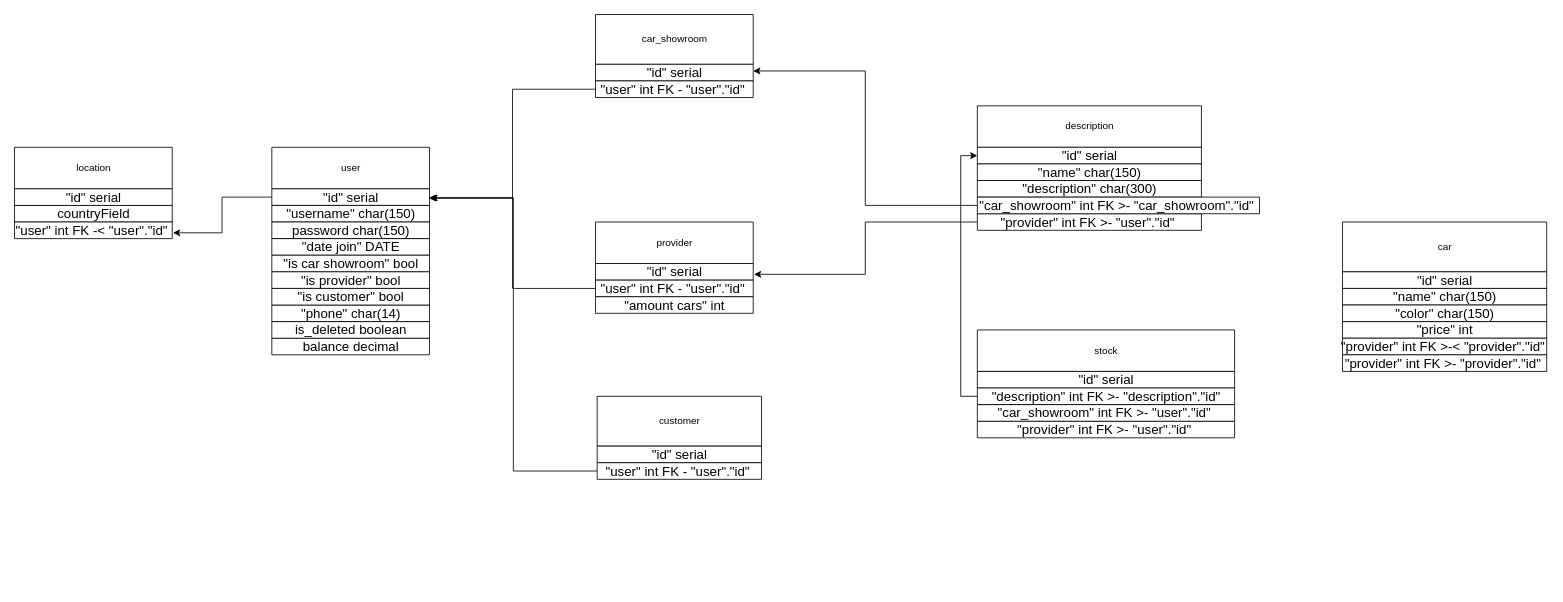
This is page "Page-1" (1 of 2) of Untitled Diagram.drawio from tenatarika/cars, a draw.io file, before an edit. Source tidied: cells renumbered, new cells numbered last; positions are measured from the earlier drawing's top-left corner, leaving out a move shared by most shapes. Both pictures are drawn from the tidied source at 83%, with x=0, y=0 at pixel (14, 14).
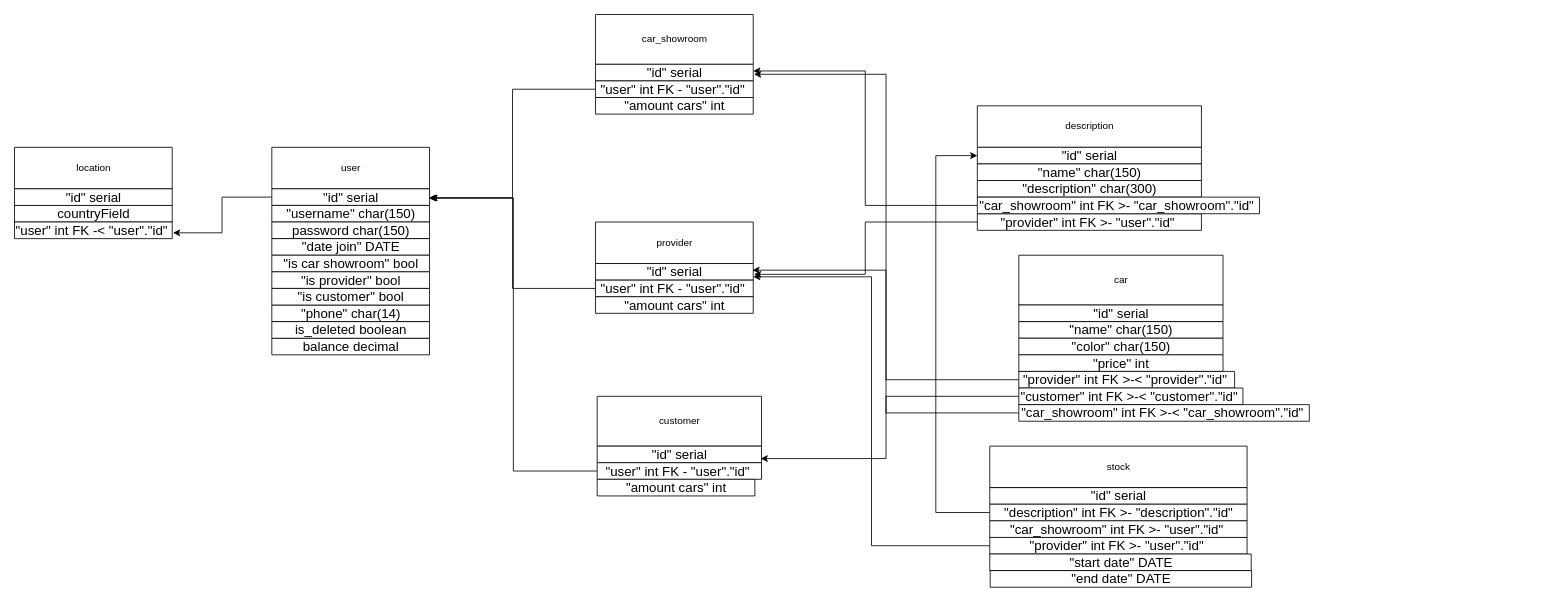
After the change.

Unchanged cells that the change refers to:
```xml
<mxCell id="3" value="&lt;span style=&quot;font-size: medium&quot;&gt;&quot;id&quot; serial&lt;/span&gt;" style="verticalLabelPosition=middle;verticalAlign=middle;html=1;shape=mxgraph.basic.rect;fillColor2=none;strokeWidth=1;size=20;indent=5;labelPosition=center;align=center;" parent="1" vertex="1">
  <mxGeometry x="700" y="60" width="190" height="20" as="geometry" />
</mxCell>
<mxCell id="19" value="&lt;span style=&quot;font-size: medium&quot;&gt;&quot;id&quot; serial&lt;/span&gt;" style="verticalLabelPosition=middle;verticalAlign=middle;html=1;shape=mxgraph.basic.rect;fillColor2=none;strokeWidth=1;size=20;indent=5;labelPosition=center;align=center;" parent="1" vertex="1">
  <mxGeometry x="700" y="300" width="190" height="20" as="geometry" />
</mxCell>
<mxCell id="29" value="&lt;span style=&quot;font-size: medium&quot;&gt;&quot;id&quot; serial&lt;/span&gt;" style="verticalLabelPosition=middle;verticalAlign=middle;html=1;shape=mxgraph.basic.rect;fillColor2=none;strokeWidth=1;size=20;indent=5;labelPosition=center;align=center;" parent="1" vertex="1">
  <mxGeometry x="702" y="520" width="198" height="20" as="geometry" />
</mxCell>
<mxCell id="39" value="&lt;span style=&quot;font-size: medium&quot;&gt;&quot;id&quot; serial&lt;/span&gt;" style="verticalLabelPosition=middle;verticalAlign=middle;html=1;shape=mxgraph.basic.rect;fillColor2=none;strokeWidth=1;size=20;indent=5;labelPosition=center;align=center;" parent="1" vertex="1">
  <mxGeometry x="1160" y="160" width="270" height="20" as="geometry" />
</mxCell>
```

What changed in the source:
```diff
@@
     <mxCell id="14" value="car" style="verticalLabelPosition=middle;verticalAlign=middle;html=1;shape=mxgraph.basic.rect;fillColor2=none;strokeWidth=1;size=20;indent=5;labelPosition=center;align=center;" parent="1" vertex="1">
-      <mxGeometry x="1600" y="250" width="246" height="60" as="geometry" />
+      <mxGeometry x="1210" y="290" width="246" height="60" as="geometry" />
     </mxCell>
     <mxCell id="15" value="&lt;span style=&quot;font-size: medium&quot;&gt;&quot;id&quot; serial&lt;/span&gt;" style="verticalLabelPosition=middle;verticalAlign=middle;html=1;shape=mxgraph.basic.rect;fillColor2=none;strokeWidth=1;size=20;indent=5;labelPosition=center;align=center;" parent="1" vertex="1">
-      <mxGeometry x="1600" y="310" width="246" height="20" as="geometry" />
+      <mxGeometry x="1210" y="350" width="246" height="20" as="geometry" />
     </mxCell>
     <mxCell id="16" value="&lt;font size=&quot;3&quot;&gt;&quot;name&quot; char(150)&lt;/font&gt;" style="verticalLabelPosition=middle;verticalAlign=middle;html=1;shape=mxgraph.basic.rect;fillColor2=none;strokeWidth=1;size=20;indent=5;labelPosition=center;align=center;" parent="1" vertex="1">
-      <mxGeometry x="1600" y="330" width="246" height="20" as="geometry" />
+      <mxGeometry x="1210" y="370" width="246" height="20" as="geometry" />
     </mxCell>
     <mxCell id="17" value="&lt;font size=&quot;3&quot;&gt;&quot;color&quot; char(150)&lt;/font&gt;" style="verticalLabelPosition=middle;verticalAlign=middle;html=1;shape=mxgraph.basic.rect;fillColor2=none;strokeWidth=1;size=20;indent=5;labelPosition=center;align=center;" parent="1" vertex="1">
-      <mxGeometry x="1600" y="350" width="246" height="20" as="geometry" />
+      <mxGeometry x="1210" y="390" width="246" height="20" as="geometry" />
     </mxCell>
@@
     <mxCell id="23" value="&lt;font size=&quot;3&quot;&gt;&quot;price&quot; int&lt;/font&gt;" style="verticalLabelPosition=middle;verticalAlign=middle;html=1;shape=mxgraph.basic.rect;fillColor2=none;strokeWidth=1;size=20;indent=5;labelPosition=center;align=center;" parent="1" vertex="1">
-      <mxGeometry x="1600" y="370" width="246" height="20" as="geometry" />
+      <mxGeometry x="1210" y="410" width="246" height="20" as="geometry" />
     </mxCell>
+    <mxCell id="52" style="edgeStyle=orthogonalEdgeStyle;rounded=0;jettySize=auto;html=1;entryX=0.995;entryY=0.4;entryDx=0;entryDy=0;entryPerimeter=0;" parent="1" edge="1" source="24" target="19">
+      <mxGeometry relative="1" as="geometry" />
+    </mxCell>
     <mxCell id="24" value="&lt;span style=&quot;font-size: medium&quot;&gt;&quot;provider&quot; int FK &amp;gt;-&amp;lt; &quot;provider&quot;.&quot;id&quot;&amp;nbsp;&lt;/span&gt;" style="verticalLabelPosition=middle;verticalAlign=middle;html=1;shape=mxgraph.basic.rect;fillColor2=none;strokeWidth=1;size=20;indent=5;labelPosition=center;align=center;" parent="1" vertex="1">
-      <mxGeometry x="1600" y="390" width="246" height="20" as="geometry" />
+      <mxGeometry x="1210" y="430" width="260" height="20" as="geometry" />
     </mxCell>
@@
+    <mxCell id="53" style="edgeStyle=orthogonalEdgeStyle;rounded=0;jettySize=auto;html=1;entryX=0.995;entryY=0.75;entryDx=0;entryDy=0;entryPerimeter=0;" parent="1" edge="1" source="27" target="29">
+      <mxGeometry relative="1" as="geometry">
+        <Array as="points">
+          <mxPoint x="1050" y="460" />
+          <mxPoint x="1050" y="535" />
+        </Array>
+      </mxGeometry>
+    </mxCell>
-    <mxCell id="27" value="&lt;span style=&quot;font-size: medium&quot;&gt;&quot;provider&quot; int FK &amp;gt;- &quot;provider&quot;.&quot;id&quot;&amp;nbsp;&lt;/span&gt;" style="verticalLabelPosition=middle;verticalAlign=middle;html=1;shape=mxgraph.basic.rect;fillColor2=none;strokeWidth=1;size=20;indent=5;labelPosition=center;align=center;" parent="1" vertex="1">
-      <mxGeometry x="1600" y="410" width="246" height="20" as="geometry" />
+    <mxCell id="27" value="&lt;span style=&quot;font-size: medium&quot;&gt;&quot;customer&quot; int FK &amp;gt;-&amp;lt; &quot;customer&quot;.&quot;id&quot;&amp;nbsp;&lt;/span&gt;" style="verticalLabelPosition=middle;verticalAlign=middle;html=1;shape=mxgraph.basic.rect;fillColor2=none;strokeWidth=1;size=20;indent=5;labelPosition=center;align=center;" parent="1" vertex="1">
+      <mxGeometry x="1210" y="450" width="270" height="20" as="geometry" />
     </mxCell>
@@
     <mxCell id="46" value="stock" style="verticalLabelPosition=middle;verticalAlign=middle;html=1;shape=mxgraph.basic.rect;fillColor2=none;strokeWidth=1;size=20;indent=5;labelPosition=center;align=center;" parent="1" vertex="1">
-      <mxGeometry x="1160" y="380" width="310" height="50" as="geometry" />
+      <mxGeometry x="1175" y="520" width="310" height="50" as="geometry" />
     </mxCell>
     <mxCell id="47" value="&lt;span style=&quot;font-size: medium&quot;&gt;&quot;id&quot; serial&lt;/span&gt;" style="verticalLabelPosition=middle;verticalAlign=middle;html=1;shape=mxgraph.basic.rect;fillColor2=none;strokeWidth=1;size=20;indent=5;labelPosition=center;align=center;" parent="1" vertex="1">
-      <mxGeometry x="1160" y="430" width="310" height="20" as="geometry" />
+      <mxGeometry x="1175" y="570" width="310" height="20" as="geometry" />
     </mxCell>
     <mxCell id="48" style="edgeStyle=orthogonalEdgeStyle;rounded=0;jettySize=auto;html=1;entryX=0;entryY=0.5;entryDx=0;entryDy=0;entryPerimeter=0;" parent="1" edge="1" source="49" target="39">
       <mxGeometry relative="1" as="geometry">
         <Array as="points">
-          <mxPoint x="1140" y="460" />
-          <mxPoint x="1140" y="170" />
+          <mxPoint x="1110" y="600" />
+          <mxPoint x="1110" y="170" />
         </Array>
       </mxGeometry>
     </mxCell>
     <mxCell id="49" value="&lt;font size=&quot;3&quot;&gt;&quot;description&quot; int FK &amp;gt;- &quot;description&quot;.&quot;id&quot;&lt;/font&gt;" style="verticalLabelPosition=middle;verticalAlign=middle;html=1;shape=mxgraph.basic.rect;fillColor2=none;strokeWidth=1;size=20;indent=5;labelPosition=center;align=center;" parent="1" vertex="1">
-      <mxGeometry x="1160" y="450" width="310" height="20" as="geometry" />
+      <mxGeometry x="1175" y="590" width="310" height="20" as="geometry" />
     </mxCell>
+    <mxCell id="54" style="edgeStyle=orthogonalEdgeStyle;rounded=0;jettySize=auto;html=1;entryX=1;entryY=0.8;entryDx=0;entryDy=0;entryPerimeter=0;" parent="1" edge="1" source="50" target="19">
+      <mxGeometry relative="1" as="geometry" />
+    </mxCell>
     <mxCell id="50" value="&lt;span style=&quot;font-size: medium&quot;&gt;&quot;provider&quot; int FK &amp;gt;- &quot;user&quot;.&quot;id&quot;&amp;nbsp;&lt;/span&gt;" style="verticalLabelPosition=middle;verticalAlign=middle;html=1;shape=mxgraph.basic.rect;fillColor2=none;strokeWidth=1;size=8;indent=5;labelPosition=center;align=center;" parent="1" vertex="1">
-      <mxGeometry x="1160" y="490" width="310" height="20" as="geometry" />
+      <mxGeometry x="1175" y="630" width="310" height="20" as="geometry" />
     </mxCell>
     <mxCell id="51" value="&lt;span style=&quot;font-size: medium&quot;&gt;&quot;car_showroom&quot; int FK &amp;gt;- &quot;user&quot;.&quot;id&quot;&amp;nbsp;&lt;/span&gt;" style="verticalLabelPosition=middle;verticalAlign=middle;html=1;shape=mxgraph.basic.rect;fillColor2=none;strokeWidth=1;size=20;indent=5;labelPosition=center;align=center;" parent="1" vertex="1">
-      <mxGeometry x="1160" y="470" width="310" height="20" as="geometry" />
+      <mxGeometry x="1175" y="610" width="310" height="20" as="geometry" />
     </mxCell>
+    <mxCell id="55" style="edgeStyle=orthogonalEdgeStyle;rounded=0;jettySize=auto;html=1;entryX=1.005;entryY=0.6;entryDx=0;entryDy=0;entryPerimeter=0;" parent="1" edge="1" source="56" target="3">
+      <mxGeometry relative="1" as="geometry" />
+    </mxCell>
+    <mxCell id="56" value="&lt;span style=&quot;font-size: medium&quot;&gt;&quot;car_showroom&quot; int FK &amp;gt;-&amp;lt; &quot;car_showroom&quot;.&quot;id&quot;&amp;nbsp;&lt;/span&gt;" style="verticalLabelPosition=middle;verticalAlign=middle;html=1;shape=mxgraph.basic.rect;fillColor2=none;strokeWidth=1;size=20;indent=5;labelPosition=center;align=center;" parent="1" vertex="1">
+      <mxGeometry x="1210" y="470" width="350" height="20" as="geometry" />
+    </mxCell>
+    <mxCell id="57" value="&lt;font size=&quot;3&quot;&gt;&quot;amount cars&quot; int&lt;/font&gt;" style="verticalLabelPosition=middle;verticalAlign=middle;html=1;shape=mxgraph.basic.rect;fillColor2=none;strokeWidth=1;size=20;indent=5;labelPosition=center;align=center;" parent="1" vertex="1">
+      <mxGeometry x="702" y="560" width="190" height="20" as="geometry" />
+    </mxCell>
+    <mxCell id="58" value="&lt;font size=&quot;3&quot;&gt;&quot;amount cars&quot; int&lt;/font&gt;" style="verticalLabelPosition=middle;verticalAlign=middle;html=1;shape=mxgraph.basic.rect;fillColor2=none;strokeWidth=1;size=20;indent=5;labelPosition=center;align=center;" parent="1" vertex="1">
+      <mxGeometry x="700" y="100" width="190" height="20" as="geometry" />
+    </mxCell>
+    <mxCell id="59" value="&lt;font size=&quot;3&quot;&gt;&quot;start date&quot; DATE&lt;/font&gt;" style="verticalLabelPosition=middle;verticalAlign=middle;html=1;shape=mxgraph.basic.rect;fillColor2=none;strokeWidth=1;size=20;indent=5;labelPosition=center;align=center;" parent="1" vertex="1">
+      <mxGeometry x="1175" y="650" width="315" height="20" as="geometry" />
+    </mxCell>
+    <mxCell id="60" value="&lt;font size=&quot;3&quot;&gt;&quot;end date&quot; DATE&lt;/font&gt;" style="verticalLabelPosition=middle;verticalAlign=middle;html=1;shape=mxgraph.basic.rect;fillColor2=none;strokeWidth=1;size=20;indent=5;labelPosition=center;align=center;" parent="1" vertex="1">
+      <mxGeometry x="1175.5" y="670" width="315" height="20" as="geometry" />
+    </mxCell>
```
